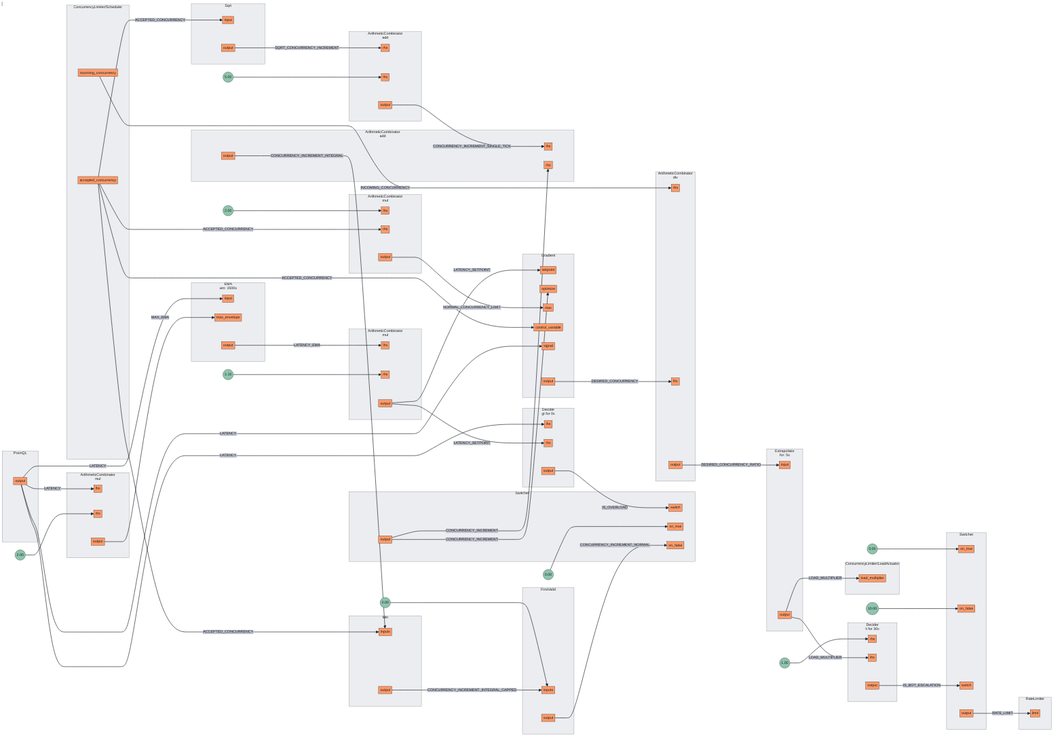
This is docs/content/tutorials/flow-control/assets/dynamic-rate-limiting/dynamic-rate-limiting.mmd.png from dataongunlaws/aperture, a Mermaid export, as it was before one commit. Its source is kept beside it as docs/content/tutorials/flow-control/assets/dynamic-rate-limiting/dynamic-rate-limiting.mmd.
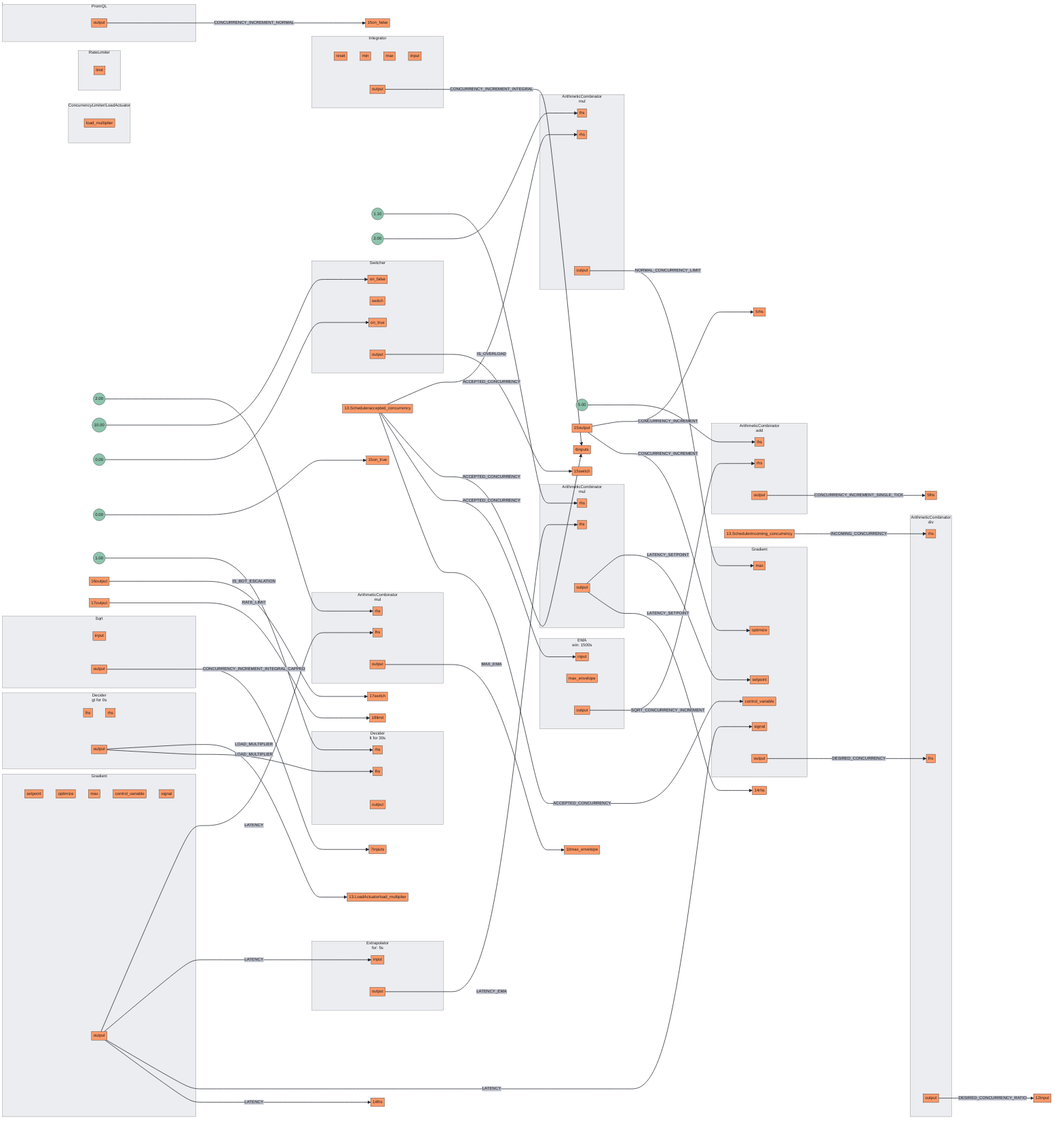
The same file after the commit.

What changed in the source:
```diff
@@ -52,8 +52,8 @@
 subgraph 4[<center>ArithmeticCombinator<br/>add</center>]
 subgraph 4_inports[ ]
 style 4_inports fill:none,stroke:none
+4lhs[lhs]
 4rhs[rhs]
-4lhs[lhs]
 end
 subgraph 4_outports[ ]
 style 4_outports fill:none,stroke:none
@@ -62,62 +62,64 @@
 end
 FakeConstant3((5.00))
 FakeConstant3 --> 4lhs
-subgraph 5[<center>ArithmeticCombinator<br/>add</center>]
+subgraph 5[Integrator]
 subgraph 5_inports[ ]
 style 5_inports fill:none,stroke:none
-5lhs[lhs]
-5rhs[rhs]
+5reset[reset]
+5min[min]
+5max[max]
+5input[input]
 end
 subgraph 5_outports[ ]
 style 5_outports fill:none,stroke:none
 5output[output]
 end
 end
-subgraph 6[Min]
+subgraph 6[Sqrt]
 subgraph 6_inports[ ]
 style 6_inports fill:none,stroke:none
-6inputs[inputs]
-6inputs[inputs]
+6input[input]
 end
 subgraph 6_outports[ ]
 style 6_outports fill:none,stroke:none
 6output[output]
 end
 end
-subgraph 7[FirstValid]
-subgraph 7_inports[ ]
-style 7_inports fill:none,stroke:none
-7inputs[inputs]
-7inputs[inputs]
-end
+subgraph 7[PromQL]
 subgraph 7_outports[ ]
 style 7_outports fill:none,stroke:none
 7output[output]
 end
 end
-FakeConstant4((0.00))
-FakeConstant4 --> 7inputs
-subgraph 8[Sqrt]
+subgraph 8[<center>EMA<br/>win: 1500s</center>]
 subgraph 8_inports[ ]
 style 8_inports fill:none,stroke:none
 8input[input]
+8max_envelope[max_envelope]
 end
 subgraph 8_outports[ ]
 style 8_outports fill:none,stroke:none
 8output[output]
 end
 end
-subgraph 9[PromQL]
+subgraph 9[Gradient]
+subgraph 9_inports[ ]
+style 9_inports fill:none,stroke:none
+9setpoint[setpoint]
+9optimize[optimize]
+9max[max]
+9control_variable[control_variable]
+9signal[signal]
+end
 subgraph 9_outports[ ]
 style 9_outports fill:none,stroke:none
 9output[output]
 end
 end
-subgraph 10[<center>EMA<br/>win: 1500s</center>]
+subgraph 10[<center>Extrapolator<br/>for: 5s</center>]
 subgraph 10_inports[ ]
 style 10_inports fill:none,stroke:none
 10input[input]
-10max_envelope[max_envelope]
 end
 subgraph 10_outports[ ]
 style 10_outports fill:none,stroke:none
@@ -138,72 +140,43 @@
 11output[output]
 end
 end
-subgraph 12[<center>Extrapolator<br/>for: 5s</center>]
-subgraph 12_inports[ ]
-style 12_inports fill:none,stroke:none
-12input[input]
-end
-subgraph 12_outports[ ]
-style 12_outports fill:none,stroke:none
-12output[output]
+subgraph 11.LoadActuator[ConcurrencyLimiter/LoadActuator]
+subgraph 11.LoadActuator_inports[ ]
+style 11.LoadActuator_inports fill:none,stroke:none
+11.LoadActuatorload_multiplier[load_multiplier]
 end
 end
-subgraph 13.Scheduler[ConcurrencyLimiter/Scheduler]
-subgraph 13.Scheduler_outports[ ]
-style 13.Scheduler_outports fill:none,stroke:none
-13.Scheduleraccepted_concurrency[accepted_concurrency]
-13.Schedulerincoming_concurrency[incoming_concurrency]
+subgraph 15[RateLimiter]
+subgraph 15_inports[ ]
+style 15_inports fill:none,stroke:none
+15limit[limit]
 end
 end
-subgraph 13.LoadActuator[ConcurrencyLimiter/LoadActuator]
-subgraph 13.LoadActuator_inports[ ]
-style 13.LoadActuator_inports fill:none,stroke:none
-13.LoadActuatorload_multiplier[load_multiplier]
-end
-end
-subgraph 18[RateLimiter]
-subgraph 18_inports[ ]
-style 18_inports fill:none,stroke:none
-18limit[limit]
-end
-end
-subgraph 17[Switcher]
-subgraph 17_inports[ ]
-style 17_inports fill:none,stroke:none
-17on_true[on_true]
-17on_false[on_false]
-17switch[switch]
-end
-subgraph 17_outports[ ]
-style 17_outports fill:none,stroke:none
-17output[output]
-end
-end
-FakeConstant5((0.00))
-FakeConstant5 --> 17on_true
-FakeConstant6((10.00))
-FakeConstant6 --> 17on_false
-subgraph 14[<center>Decider<br/>gt for 0s</center>]
+subgraph 14[Switcher]
 subgraph 14_inports[ ]
 style 14_inports fill:none,stroke:none
-14lhs[lhs]
-14rhs[rhs]
+14on_false[on_false]
+14switch[switch]
+14on_true[on_true]
 end
 subgraph 14_outports[ ]
 style 14_outports fill:none,stroke:none
 14output[output]
 end
 end
-subgraph 15[Switcher]
-subgraph 15_inports[ ]
-style 15_inports fill:none,stroke:none
-15switch[switch]
-15on_true[on_true]
-15on_false[on_false]
+FakeConstant4((10.00))
+FakeConstant4 --> 14on_false
+FakeConstant5((0.00))
+FakeConstant5 --> 14on_true
+subgraph 12[<center>Decider<br/>gt for 0s</center>]
+subgraph 12_inports[ ]
+style 12_inports fill:none,stroke:none
+12lhs[lhs]
+12rhs[rhs]
 end
-subgraph 15_outports[ ]
-style 15_outports fill:none,stroke:none
-15output[output]
+subgraph 12_outports[ ]
+style 12_outports fill:none,stroke:none
+12output[output]
 end
 end
 FakeConstant7((0.00))
@@ -214,9 +187,9 @@
 16rhs[rhs]
 16lhs[lhs]
 end
-subgraph 16_outports[ ]
-style 16_outports fill:none,stroke:none
-16output[output]
+subgraph 13_outports[ ]
+style 13_outports fill:none,stroke:none
+13output[output]
 end
 end
 FakeConstant8((1.00))
```
